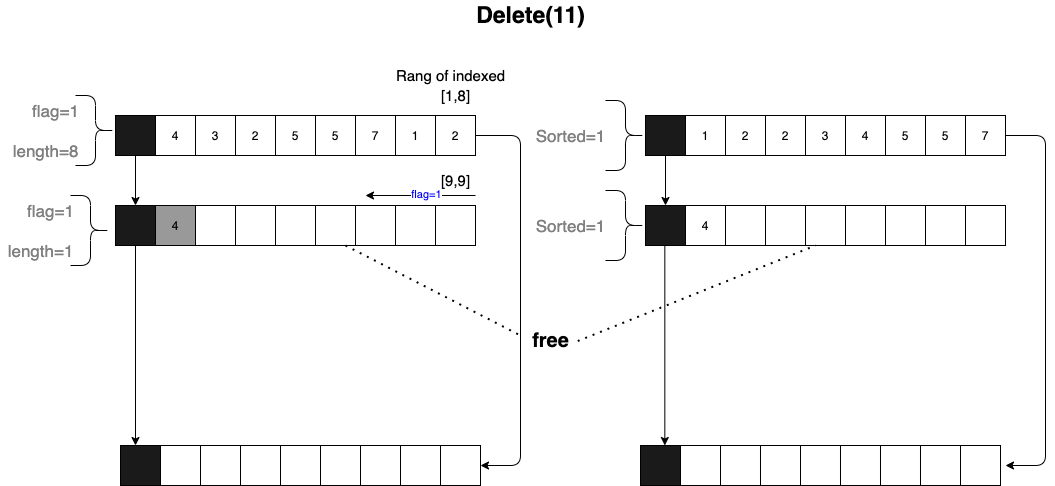
stevengogogo/DSA-KLeastElement keeps this draw.io diagram as img/deletion_gc.png. Above is the earlier version. Source tidied: cells renumbered, new cells last; positions are measured from the earlier drawing's top-left corner, leaving out a move shared by most shapes. Source of this version:
```xml
<mxGraphModel>
  <root>
    <mxCell id="0" />
    <mxCell id="1" parent="0" />
    <mxCell id="2" value="G" style="group;" parent="1" vertex="1">
      <mxGeometry x="155" y="115" width="320" height="40" as="geometry" />
    </mxCell>
    <mxCell id="3" value="4" style="whiteSpace=wrap;html=1;" parent="2" vertex="1">
      <mxGeometry width="40" height="40" as="geometry" />
    </mxCell>
    <mxCell id="4" value="3" style="whiteSpace=wrap;html=1;" parent="2" vertex="1">
      <mxGeometry x="40" width="40" height="40" as="geometry" />
    </mxCell>
    <mxCell id="5" value="2" style="whiteSpace=wrap;html=1;" parent="2" vertex="1">
      <mxGeometry x="80" width="40" height="40" as="geometry" />
    </mxCell>
    <mxCell id="6" value="5" style="whiteSpace=wrap;html=1;" parent="2" vertex="1">
      <mxGeometry x="120" width="40" height="40" as="geometry" />
    </mxCell>
    <mxCell id="7" value="5" style="whiteSpace=wrap;html=1;" parent="2" vertex="1">
      <mxGeometry x="160" width="40" height="40" as="geometry" />
    </mxCell>
    <mxCell id="8" value="7" style="whiteSpace=wrap;html=1;" parent="2" vertex="1">
      <mxGeometry x="200" width="40" height="40" as="geometry" />
    </mxCell>
    <mxCell id="9" value="1" style="whiteSpace=wrap;html=1;" parent="2" vertex="1">
      <mxGeometry x="240" width="40" height="40" as="geometry" />
    </mxCell>
    <mxCell id="10" value="2" style="whiteSpace=wrap;html=1;" parent="2" vertex="1">
      <mxGeometry x="280" width="40" height="40" as="geometry" />
    </mxCell>
    <mxCell id="11" value="1" style="whiteSpace=wrap;html=1;" parent="1" vertex="1">
      <mxGeometry x="685" y="115" width="40" height="40" as="geometry" />
    </mxCell>
    <mxCell id="12" value="2" style="whiteSpace=wrap;html=1;" parent="1" vertex="1">
      <mxGeometry x="725" y="115" width="40" height="40" as="geometry" />
    </mxCell>
    <mxCell id="13" value="2" style="whiteSpace=wrap;html=1;" parent="1" vertex="1">
      <mxGeometry x="765" y="115" width="40" height="40" as="geometry" />
    </mxCell>
    <mxCell id="14" value="3" style="whiteSpace=wrap;html=1;" parent="1" vertex="1">
      <mxGeometry x="805" y="115" width="40" height="40" as="geometry" />
    </mxCell>
    <mxCell id="15" value="4" style="whiteSpace=wrap;html=1;" parent="1" vertex="1">
      <mxGeometry x="845" y="115" width="40" height="40" as="geometry" />
    </mxCell>
    <mxCell id="16" value="5" style="whiteSpace=wrap;html=1;" parent="1" vertex="1">
      <mxGeometry x="885" y="115" width="40" height="40" as="geometry" />
    </mxCell>
    <mxCell id="17" value="5" style="whiteSpace=wrap;html=1;" parent="1" vertex="1">
      <mxGeometry x="925" y="115" width="40" height="40" as="geometry" />
    </mxCell>
    <mxCell id="18" value="G" style="group;" parent="1" vertex="1">
      <mxGeometry x="155" y="205" width="320" height="40" as="geometry" />
    </mxCell>
    <mxCell id="19" value="4" style="whiteSpace=wrap;html=1;fillColor=#999999;" parent="18" vertex="1">
      <mxGeometry width="40" height="40" as="geometry" />
    </mxCell>
    <mxCell id="20" style="whiteSpace=wrap;html=1;" parent="18" vertex="1">
      <mxGeometry x="40" width="40" height="40" as="geometry" />
    </mxCell>
    <mxCell id="21" style="whiteSpace=wrap;html=1;" parent="18" vertex="1">
      <mxGeometry x="80" width="40" height="40" as="geometry" />
    </mxCell>
    <mxCell id="22" style="whiteSpace=wrap;html=1;" parent="18" vertex="1">
      <mxGeometry x="120" width="40" height="40" as="geometry" />
    </mxCell>
    <mxCell id="23" style="whiteSpace=wrap;html=1;fillColor=#FFFFFF;" parent="18" vertex="1">
      <mxGeometry x="160" width="40" height="40" as="geometry" />
    </mxCell>
    <mxCell id="24" style="whiteSpace=wrap;html=1;" parent="18" vertex="1">
      <mxGeometry x="200" width="40" height="40" as="geometry" />
    </mxCell>
    <mxCell id="25" style="whiteSpace=wrap;html=1;" parent="18" vertex="1">
      <mxGeometry x="240" width="40" height="40" as="geometry" />
    </mxCell>
    <mxCell id="26" style="whiteSpace=wrap;html=1;" parent="18" vertex="1">
      <mxGeometry x="280" width="40" height="40" as="geometry" />
    </mxCell>
    <mxCell id="27" value="4" style="whiteSpace=wrap;html=1;" parent="1" vertex="1">
      <mxGeometry x="685" y="205" width="40" height="40" as="geometry" />
    </mxCell>
    <mxCell id="28" style="whiteSpace=wrap;html=1;" parent="1" vertex="1">
      <mxGeometry x="725" y="205" width="40" height="40" as="geometry" />
    </mxCell>
    <mxCell id="29" style="whiteSpace=wrap;html=1;" parent="1" vertex="1">
      <mxGeometry x="765" y="205" width="40" height="40" as="geometry" />
    </mxCell>
    <mxCell id="30" value="Sorted=1" style="text;html=1;align=center;verticalAlign=middle;strokeColor=none;fontSize=17;fontColor=#808080;" parent="1" vertex="1">
      <mxGeometry x="525" y="120" width="90" height="30" as="geometry" />
    </mxCell>
    <mxCell id="31" style="shape=curlyBracket;whiteSpace=wrap;html=1;rounded=1;flipH=1;fontSize=17;fontColor=#0000FF;" parent="1" vertex="1">
      <mxGeometry x="75" y="95" width="40" height="70" as="geometry" />
    </mxCell>
    <mxCell id="32" value="flag=1" style="text;html=1;align=center;verticalAlign=middle;strokeColor=none;fontSize=17;fontColor=#808080;" parent="1" vertex="1">
      <mxGeometry x="25" y="95" width="60" height="30" as="geometry" />
    </mxCell>
    <mxCell id="33" style="whiteSpace=wrap;html=1;fillColor=#1A1A1A;" parent="1" vertex="1">
      <mxGeometry x="115" y="115" width="40" height="40" as="geometry" />
    </mxCell>
    <mxCell id="34" style="whiteSpace=wrap;html=1;fillColor=#1A1A1A;" parent="1" vertex="1">
      <mxGeometry x="115" y="205" width="40" height="40" as="geometry" />
    </mxCell>
    <mxCell id="35" style="shape=curlyBracket;whiteSpace=wrap;html=1;rounded=1;flipH=1;fontSize=17;fontColor=#0000FF;" parent="1" vertex="1">
      <mxGeometry x="605" y="100" width="40" height="70" as="geometry" />
    </mxCell>
    <mxCell id="36" value="length=8" style="text;html=1;align=center;verticalAlign=middle;strokeColor=none;fontSize=17;fontColor=#808080;" parent="1" vertex="1">
      <mxGeometry x="5" y="135" width="80" height="30" as="geometry" />
    </mxCell>
    <mxCell id="37" style="endArrow=classic;html=1;fontSize=17;fontColor=#0000FF;exitX=0.5;exitY=1;exitDx=0;exitDy=0;" parent="1" edge="1" source="33" target="34">
      <mxGeometry relative="1" as="geometry" />
    </mxCell>
    <mxCell id="38" style="whiteSpace=wrap;html=1;fillColor=#1A1A1A;" parent="1" vertex="1">
      <mxGeometry x="645" y="205" width="40" height="40" as="geometry" />
    </mxCell>
    <mxCell id="39" style="whiteSpace=wrap;html=1;fillColor=#1A1A1A;" parent="1" vertex="1">
      <mxGeometry x="645" y="115" width="40" height="40" as="geometry" />
    </mxCell>
    <mxCell id="40" style="endArrow=classic;html=1;fontSize=17;fontColor=#0000FF;exitX=0.5;exitY=1;exitDx=0;exitDy=0;entryX=0.5;entryY=0;entryDx=0;entryDy=0;" parent="1" edge="1" source="39" target="38">
      <mxGeometry relative="1" as="geometry" />
    </mxCell>
    <mxCell id="41" style="endArrow=classic;html=1;fontSize=11;fontColor=#808080;" parent="1" edge="1">
      <mxGeometry relative="1" as="geometry">
        <mxPoint x="475" y="195" as="sourcePoint" />
        <mxPoint x="365" y="195" as="targetPoint" />
      </mxGeometry>
    </mxCell>
    <mxCell id="42" value="flag=1" style="edgeLabel;html=1;align=center;verticalAlign=middle;fontSize=11;fontColor=#0000FF;" parent="41" vertex="1">
      <mxGeometry x="-0.11" y="-2" relative="1" as="geometry" />
    </mxCell>
    <mxCell id="43" value="Sorted=1" style="text;html=1;align=center;verticalAlign=middle;strokeColor=none;fontSize=17;fontColor=#808080;" parent="1" vertex="1">
      <mxGeometry x="525" y="210" width="90" height="30" as="geometry" />
    </mxCell>
    <mxCell id="44" style="shape=curlyBracket;whiteSpace=wrap;html=1;rounded=1;flipH=1;fontSize=17;fontColor=#0000FF;" parent="1" vertex="1">
      <mxGeometry x="605" y="190" width="40" height="70" as="geometry" />
    </mxCell>
    <mxCell id="45" value="7" style="whiteSpace=wrap;html=1;" parent="1" vertex="1">
      <mxGeometry x="965" y="115" width="40" height="40" as="geometry" />
    </mxCell>
    <mxCell id="46" value="[1,8]" style="text;html=1;align=center;verticalAlign=middle;strokeColor=none;fontSize=15;" parent="1" vertex="1">
      <mxGeometry x="435" y="85" width="40" height="20" as="geometry" />
    </mxCell>
    <mxCell id="47" value="[9,9]" style="text;html=1;align=center;verticalAlign=middle;strokeColor=none;fontSize=15;" parent="1" vertex="1">
      <mxGeometry x="435" y="170" width="40" height="20" as="geometry" />
    </mxCell>
    <mxCell id="48" value="Rang of indexed" style="text;html=1;align=center;verticalAlign=middle;strokeColor=none;fontSize=15;" parent="1" vertex="1">
      <mxGeometry x="385" y="65" width="130" height="20" as="geometry" />
    </mxCell>
    <mxCell id="49" style="shape=curlyBracket;whiteSpace=wrap;html=1;rounded=1;flipH=1;fontSize=17;fontColor=#0000FF;" parent="1" vertex="1">
      <mxGeometry x="70" y="195" width="40" height="70" as="geometry" />
    </mxCell>
    <mxCell id="50" value="flag=1" style="text;html=1;align=center;verticalAlign=middle;strokeColor=none;fontSize=17;fontColor=#808080;" parent="1" vertex="1">
      <mxGeometry x="20" y="195" width="60" height="30" as="geometry" />
    </mxCell>
    <mxCell id="51" value="length=1" style="text;html=1;align=center;verticalAlign=middle;strokeColor=none;fontSize=17;fontColor=#808080;" parent="1" vertex="1">
      <mxGeometry y="235" width="80" height="30" as="geometry" />
    </mxCell>
    <mxCell id="52" value="Delete(11)" style="text;html=1;align=center;verticalAlign=middle;strokeColor=none;fontSize=23;fontStyle=1;" parent="1" vertex="1">
      <mxGeometry x="470" width="120" height="30" as="geometry" />
    </mxCell>
    <mxCell id="53" style="whiteSpace=wrap;html=1;" parent="1" vertex="1">
      <mxGeometry x="805" y="205" width="40" height="40" as="geometry" />
    </mxCell>
    <mxCell id="54" style="whiteSpace=wrap;html=1;" parent="1" vertex="1">
      <mxGeometry x="845" y="205" width="40" height="40" as="geometry" />
    </mxCell>
    <mxCell id="55" style="whiteSpace=wrap;html=1;" parent="1" vertex="1">
      <mxGeometry x="885" y="205" width="40" height="40" as="geometry" />
    </mxCell>
    <mxCell id="56" style="whiteSpace=wrap;html=1;" parent="1" vertex="1">
      <mxGeometry x="925" y="205" width="40" height="40" as="geometry" />
    </mxCell>
    <mxCell id="57" style="whiteSpace=wrap;html=1;" parent="1" vertex="1">
      <mxGeometry x="965" y="205" width="40" height="40" as="geometry" />
    </mxCell>
    <mxCell id="58" value="free" style="text;html=1;align=center;verticalAlign=middle;points=[];strokeColor=none;fontSize=20;fontStyle=1;" parent="1" vertex="1">
      <mxGeometry x="525" y="325" width="50" height="30" as="geometry" />
    </mxCell>
    <mxCell id="59" style="endArrow=none;dashed=1;html=1;dashPattern=1 3;strokeWidth=2;fontSize=20;exitX=0.75;exitY=1;exitDx=0;exitDy=0;" parent="1" edge="1" source="23">
      <mxGeometry relative="1" as="geometry">
        <mxPoint x="520" y="335" as="targetPoint" />
      </mxGeometry>
    </mxCell>
    <mxCell id="60" style="endArrow=none;dashed=1;html=1;dashPattern=1 3;strokeWidth=2;fontSize=20;exitX=1.045;exitY=0.518;exitDx=0;exitDy=0;exitPerimeter=0;entryX=0.25;entryY=1;entryDx=0;entryDy=0;" parent="1" edge="1" source="58" target="53">
      <mxGeometry relative="1" as="geometry" />
    </mxCell>
    <mxCell id="61" style="endArrow=classic;html=1;fontSize=20;exitX=0.5;exitY=1;exitDx=0;exitDy=0;" parent="1" edge="1" source="34">
      <mxGeometry relative="1" as="geometry">
        <mxPoint x="135" y="445" as="targetPoint" />
      </mxGeometry>
    </mxCell>
    <mxCell id="62" style="endArrow=classic;html=1;fontSize=20;exitX=0.5;exitY=1;exitDx=0;exitDy=0;" parent="1" edge="1">
      <mxGeometry relative="1" as="geometry">
        <mxPoint x="664.3" y="245" as="sourcePoint" />
        <mxPoint x="664.3" y="445" as="targetPoint" />
      </mxGeometry>
    </mxCell>
    <mxCell id="63" style="group;" parent="1" vertex="1">
      <mxGeometry x="640" y="445" width="360" height="40" as="geometry" />
    </mxCell>
    <mxCell id="64" style="whiteSpace=wrap;html=1;" parent="63" vertex="1">
      <mxGeometry x="80" width="40" height="40" as="geometry" />
    </mxCell>
    <mxCell id="65" style="whiteSpace=wrap;html=1;fillColor=#1A1A1A;" parent="63" vertex="1">
      <mxGeometry width="40" height="40" as="geometry" />
    </mxCell>
    <mxCell id="66" style="whiteSpace=wrap;html=1;" parent="63" vertex="1">
      <mxGeometry x="160" width="40" height="40" as="geometry" />
    </mxCell>
    <mxCell id="67" style="whiteSpace=wrap;html=1;" parent="63" vertex="1">
      <mxGeometry x="200" width="40" height="40" as="geometry" />
    </mxCell>
    <mxCell id="68" style="whiteSpace=wrap;html=1;" parent="63" vertex="1">
      <mxGeometry x="240" width="40" height="40" as="geometry" />
    </mxCell>
    <mxCell id="69" style="whiteSpace=wrap;html=1;" parent="63" vertex="1">
      <mxGeometry x="320" width="40" height="40" as="geometry" />
    </mxCell>
    <mxCell id="70" style="whiteSpace=wrap;html=1;" parent="63" vertex="1">
      <mxGeometry x="40" width="40" height="40" as="geometry" />
    </mxCell>
    <mxCell id="71" style="whiteSpace=wrap;html=1;" parent="63" vertex="1">
      <mxGeometry x="120" width="40" height="40" as="geometry" />
    </mxCell>
    <mxCell id="72" style="whiteSpace=wrap;html=1;" parent="63" vertex="1">
      <mxGeometry x="280" width="40" height="40" as="geometry" />
    </mxCell>
    <mxCell id="73" style="group;" parent="1" vertex="1">
      <mxGeometry x="120" y="445" width="360" height="40" as="geometry" />
    </mxCell>
    <mxCell id="74" style="whiteSpace=wrap;html=1;" parent="73" vertex="1">
      <mxGeometry x="80" width="40" height="40" as="geometry" />
    </mxCell>
    <mxCell id="75" style="whiteSpace=wrap;html=1;fillColor=#1A1A1A;" parent="73" vertex="1">
      <mxGeometry width="40" height="40" as="geometry" />
    </mxCell>
    <mxCell id="76" style="whiteSpace=wrap;html=1;" parent="73" vertex="1">
      <mxGeometry x="160" width="40" height="40" as="geometry" />
    </mxCell>
    <mxCell id="77" style="whiteSpace=wrap;html=1;" parent="73" vertex="1">
      <mxGeometry x="200" width="40" height="40" as="geometry" />
    </mxCell>
    <mxCell id="78" style="whiteSpace=wrap;html=1;" parent="73" vertex="1">
      <mxGeometry x="240" width="40" height="40" as="geometry" />
    </mxCell>
    <mxCell id="79" style="whiteSpace=wrap;html=1;" parent="73" vertex="1">
      <mxGeometry x="320" width="40" height="40" as="geometry" />
    </mxCell>
    <mxCell id="80" style="whiteSpace=wrap;html=1;" parent="73" vertex="1">
      <mxGeometry x="40" width="40" height="40" as="geometry" />
    </mxCell>
    <mxCell id="81" style="whiteSpace=wrap;html=1;" parent="73" vertex="1">
      <mxGeometry x="120" width="40" height="40" as="geometry" />
    </mxCell>
    <mxCell id="82" style="whiteSpace=wrap;html=1;" parent="73" vertex="1">
      <mxGeometry x="280" width="40" height="40" as="geometry" />
    </mxCell>
    <mxCell id="83" style="edgeStyle=elbowEdgeStyle;elbow=horizontal;endArrow=classic;html=1;fontSize=20;exitX=1;exitY=0.5;exitDx=0;exitDy=0;entryX=1;entryY=0.5;entryDx=0;entryDy=0;" parent="1" edge="1" source="10" target="79">
      <mxGeometry relative="1" as="geometry">
        <Array as="points">
          <mxPoint x="520" y="305" />
        </Array>
      </mxGeometry>
    </mxCell>
    <mxCell id="84" style="edgeStyle=elbowEdgeStyle;elbow=horizontal;endArrow=classic;html=1;fontSize=20;entryX=1;entryY=0.5;entryDx=0;entryDy=0;" parent="1" edge="1">
      <mxGeometry relative="1" as="geometry">
        <mxPoint x="1005" y="135" as="sourcePoint" />
        <mxPoint x="1005" y="465" as="targetPoint" />
        <Array as="points">
          <mxPoint x="1045" y="305" />
        </Array>
      </mxGeometry>
    </mxCell>
  </root>
</mxGraphModel>
```
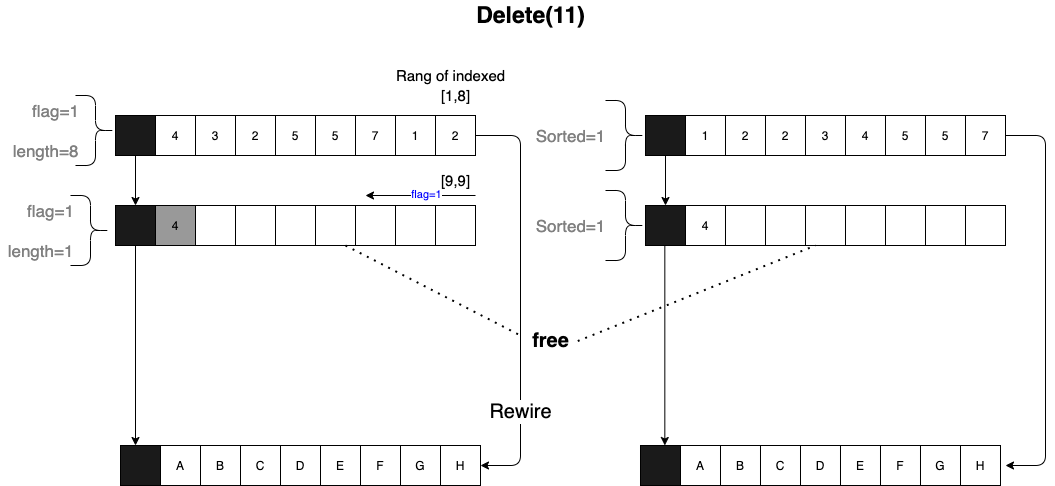
Later version of the same file.

Diff of the diagram source:
```diff
@@ -198,61 +198,61 @@
     <mxCell id="63" style="group;" parent="1" vertex="1">
       <mxGeometry x="640" y="445" width="360" height="40" as="geometry" />
     </mxCell>
-    <mxCell id="64" style="whiteSpace=wrap;html=1;" parent="63" vertex="1">
+    <mxCell id="64" value="B" style="whiteSpace=wrap;html=1;" parent="63" vertex="1">
       <mxGeometry x="80" width="40" height="40" as="geometry" />
     </mxCell>
     <mxCell id="65" style="whiteSpace=wrap;html=1;fillColor=#1A1A1A;" parent="63" vertex="1">
       <mxGeometry width="40" height="40" as="geometry" />
     </mxCell>
-    <mxCell id="66" style="whiteSpace=wrap;html=1;" parent="63" vertex="1">
+    <mxCell id="66" value="D" style="whiteSpace=wrap;html=1;" parent="63" vertex="1">
       <mxGeometry x="160" width="40" height="40" as="geometry" />
     </mxCell>
-    <mxCell id="67" style="whiteSpace=wrap;html=1;" parent="63" vertex="1">
+    <mxCell id="67" value="E" style="whiteSpace=wrap;html=1;" parent="63" vertex="1">
       <mxGeometry x="200" width="40" height="40" as="geometry" />
     </mxCell>
-    <mxCell id="68" style="whiteSpace=wrap;html=1;" parent="63" vertex="1">
+    <mxCell id="68" value="F" style="whiteSpace=wrap;html=1;" parent="63" vertex="1">
       <mxGeometry x="240" width="40" height="40" as="geometry" />
     </mxCell>
-    <mxCell id="69" style="whiteSpace=wrap;html=1;" parent="63" vertex="1">
+    <mxCell id="69" value="H" style="whiteSpace=wrap;html=1;" parent="63" vertex="1">
       <mxGeometry x="320" width="40" height="40" as="geometry" />
     </mxCell>
-    <mxCell id="70" style="whiteSpace=wrap;html=1;" parent="63" vertex="1">
+    <mxCell id="70" value="A" style="whiteSpace=wrap;html=1;" parent="63" vertex="1">
       <mxGeometry x="40" width="40" height="40" as="geometry" />
     </mxCell>
-    <mxCell id="71" style="whiteSpace=wrap;html=1;" parent="63" vertex="1">
+    <mxCell id="71" value="C" style="whiteSpace=wrap;html=1;" parent="63" vertex="1">
       <mxGeometry x="120" width="40" height="40" as="geometry" />
     </mxCell>
-    <mxCell id="72" style="whiteSpace=wrap;html=1;" parent="63" vertex="1">
+    <mxCell id="72" value="G" style="whiteSpace=wrap;html=1;" parent="63" vertex="1">
       <mxGeometry x="280" width="40" height="40" as="geometry" />
     </mxCell>
     <mxCell id="73" style="group;" parent="1" vertex="1">
       <mxGeometry x="120" y="445" width="360" height="40" as="geometry" />
     </mxCell>
-    <mxCell id="74" style="whiteSpace=wrap;html=1;" parent="73" vertex="1">
+    <mxCell id="74" value="B" style="whiteSpace=wrap;html=1;" parent="73" vertex="1">
       <mxGeometry x="80" width="40" height="40" as="geometry" />
     </mxCell>
     <mxCell id="75" style="whiteSpace=wrap;html=1;fillColor=#1A1A1A;" parent="73" vertex="1">
       <mxGeometry width="40" height="40" as="geometry" />
     </mxCell>
-    <mxCell id="76" style="whiteSpace=wrap;html=1;" parent="73" vertex="1">
+    <mxCell id="76" value="D" style="whiteSpace=wrap;html=1;" parent="73" vertex="1">
       <mxGeometry x="160" width="40" height="40" as="geometry" />
     </mxCell>
-    <mxCell id="77" style="whiteSpace=wrap;html=1;" parent="73" vertex="1">
+    <mxCell id="77" value="E" style="whiteSpace=wrap;html=1;" parent="73" vertex="1">
       <mxGeometry x="200" width="40" height="40" as="geometry" />
     </mxCell>
-    <mxCell id="78" style="whiteSpace=wrap;html=1;" parent="73" vertex="1">
+    <mxCell id="78" value="F" style="whiteSpace=wrap;html=1;" parent="73" vertex="1">
       <mxGeometry x="240" width="40" height="40" as="geometry" />
     </mxCell>
-    <mxCell id="79" style="whiteSpace=wrap;html=1;" parent="73" vertex="1">
+    <mxCell id="79" value="H" style="whiteSpace=wrap;html=1;" parent="73" vertex="1">
       <mxGeometry x="320" width="40" height="40" as="geometry" />
     </mxCell>
-    <mxCell id="80" style="whiteSpace=wrap;html=1;" parent="73" vertex="1">
+    <mxCell id="80" value="A" style="whiteSpace=wrap;html=1;" parent="73" vertex="1">
       <mxGeometry x="40" width="40" height="40" as="geometry" />
     </mxCell>
-    <mxCell id="81" style="whiteSpace=wrap;html=1;" parent="73" vertex="1">
+    <mxCell id="81" value="C" style="whiteSpace=wrap;html=1;" parent="73" vertex="1">
       <mxGeometry x="120" width="40" height="40" as="geometry" />
     </mxCell>
-    <mxCell id="82" style="whiteSpace=wrap;html=1;" parent="73" vertex="1">
+    <mxCell id="82" value="G" style="whiteSpace=wrap;html=1;" parent="73" vertex="1">
       <mxGeometry x="280" width="40" height="40" as="geometry" />
     </mxCell>
     <mxCell id="83" style="edgeStyle=elbowEdgeStyle;elbow=horizontal;endArrow=classic;html=1;fontSize=20;exitX=1;exitY=0.5;exitDx=0;exitDy=0;entryX=1;entryY=0.5;entryDx=0;entryDy=0;" parent="1" edge="1" source="10" target="79">
@@ -262,6 +262,9 @@
         </Array>
       </mxGeometry>
     </mxCell>
+    <mxCell id="85" value="Rewire" style="edgeLabel;html=1;align=center;verticalAlign=middle;fontSize=20;" parent="83" vertex="1">
+      <mxGeometry x="0.54" y="-1" relative="1" as="geometry" />
+    </mxCell>
     <mxCell id="84" style="edgeStyle=elbowEdgeStyle;elbow=horizontal;endArrow=classic;html=1;fontSize=20;entryX=1;entryY=0.5;entryDx=0;entryDy=0;" parent="1" edge="1">
       <mxGeometry relative="1" as="geometry">
         <mxPoint x="1005" y="135" as="sourcePoint" />
```
